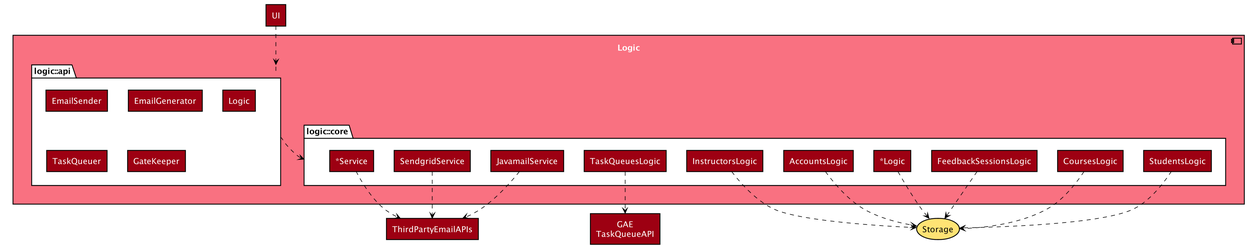
Before: docs/images/LogicComponent.png, a diagram exported from PlantUML (TEAMMATES/teammates). Its diagram source:
```plantuml
@startuml








skinparam BackgroundColor #FFFFFFF

skinparam Shadowing false

skinparam Class {
    FontColor #FFFFFF
    BorderThickness 1
    BorderColor #FFFFFF
    StereotypeFontColor #FFFFFF
    FontName Arial
}

skinparam Actor {
    BorderColor #000000
    Color #000000
    FontName Arial
}

skinparam Sequence {
    MessageAlign center
    BoxFontSize 15
    BoxPadding 0
    BoxFontColor #FFFFFF
    FontName Arial
}

skinparam Participant {
    FontColor #FFFFFFF
    Padding 20
}

skinparam MinClassWidth 50
skinparam ParticipantPadding 10
skinparam Shadowing false
skinparam DefaultTextAlignment center
skinparam packageStyle Rectangle

hide footbox
hide members
hide circle
skinparam componentBackgroundColor #F97181
skinparam componentFontColor #FFFFFF
skinparam packageBackgroundColor #FFFFFF
skinparam rectangleBackgroundColor #9D0012
skinparam rectangleFontColor #FFFFFF
skinparam arrowColor #000000

component Logic {
    package "logic::core" as Core {
        rectangle JavamailService
        rectangle SendgridService
        rectangle "*Service" as Service

        rectangle TaskQueuesLogic
        rectangle AccountsLogic
        rectangle InstructorsLogic
        rectangle StudentsLogic
        rectangle CoursesLogic
        rectangle FeedbackSessionsLogic
        rectangle "*Logic" as Logic1
    }

    package "logic::api" as Api {
        rectangle EmailSender
        rectangle EmailGenerator
        rectangle "Logic" as Logic2
        rectangle TaskQueuer
        rectangle GateKeeper
    }
}

rectangle ThirdPartyEmailAPIs
rectangle "GAE\nTaskQueueAPI" as GaeTaskQueueApi
rectangle UI
storage Storage #FFE374

JavamailService ..> ThirdPartyEmailAPIs
SendgridService ..> ThirdPartyEmailAPIs
Service ..> ThirdPartyEmailAPIs
TaskQueuesLogic ..> GaeTaskQueueApi
AccountsLogic ..> Storage
InstructorsLogic ..> Storage
StudentsLogic ..> Storage
CoursesLogic ..> Storage
FeedbackSessionsLogic ..> Storage
Logic1 ..> Storage

UI ..> Api
Api ..> Core

Api -[hidden]down- Core
Core -[hidden]up- Api

@enduml
```
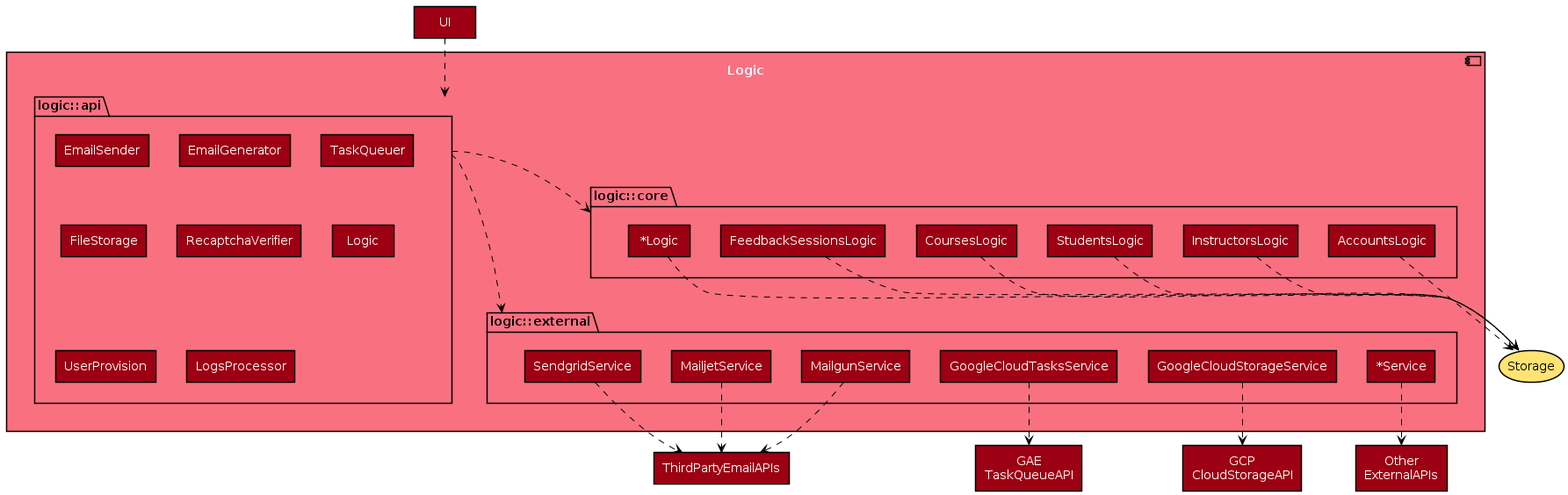
After the commit.

Commit message:
Update design diagram and documents

Diff of the diagram source:
```diff
@@ -1,92 +1,56 @@
 @startuml
-
-
-
-
-
-
-
-
-skinparam BackgroundColor #FFFFFFF
-
-skinparam Shadowing false
-
-skinparam Class {
-    FontColor #FFFFFF
-    BorderThickness 1
-    BorderColor #FFFFFF
-    StereotypeFontColor #FFFFFF
-    FontName Arial
-}
-
-skinparam Actor {
-    BorderColor #000000
-    Color #000000
-    FontName Arial
-}
-
-skinparam Sequence {
-    MessageAlign center
-    BoxFontSize 15
-    BoxPadding 0
-    BoxFontColor #FFFFFF
-    FontName Arial
-}
-
-skinparam Participant {
-    FontColor #FFFFFFF
-    Padding 20
-}
-
-skinparam MinClassWidth 50
-skinparam ParticipantPadding 10
-skinparam Shadowing false
-skinparam DefaultTextAlignment center
-skinparam packageStyle Rectangle
-
-hide footbox
-hide members
-hide circle
-skinparam componentBackgroundColor #F97181
+!include style.puml
+skinparam componentBackgroundColor MODEL_COLOR_T1
 skinparam componentFontColor #FFFFFF
 skinparam packageBackgroundColor #FFFFFF
-skinparam rectangleBackgroundColor #9D0012
+skinparam rectangleBackgroundColor MODEL_COLOR
 skinparam rectangleFontColor #FFFFFF
 skinparam arrowColor #000000
 
 component Logic {
-    package "logic::core" as Core {
-        rectangle JavamailService
-        rectangle SendgridService
-        rectangle "*Service" as Service
-
-        rectangle TaskQueuesLogic
+    folder "logic::core" as Core {
         rectangle AccountsLogic
         rectangle InstructorsLogic
         rectangle StudentsLogic
         rectangle CoursesLogic
         rectangle FeedbackSessionsLogic
-        rectangle "*Logic" as Logic1
+        rectangle "~*Logic" as Logic1
     }
 
-    package "logic::api" as Api {
+    folder "logic::external" as External {
+        rectangle MailgunService
+        rectangle MailjetService
+        rectangle SendgridService
+        rectangle GoogleCloudTasksService
+        rectangle GoogleCloudStorageService
+        rectangle "~*Service" as Service
+    }
+
+    folder "logic::api" as Api {
         rectangle EmailSender
         rectangle EmailGenerator
+        rectangle TaskQueuer
+        rectangle FileStorage
+        rectangle RecaptchaVerifier
         rectangle "Logic" as Logic2
-        rectangle TaskQueuer
-        rectangle GateKeeper
+        rectangle UserProvision
+        rectangle LogsProcessor
     }
 }
 
 rectangle ThirdPartyEmailAPIs
 rectangle "GAE\nTaskQueueAPI" as GaeTaskQueueApi
+rectangle "GCP\nCloudStorageAPI" as GcpCloudStorageApi
+rectangle "Other\nExternalAPIs" as OtherExternalApi
 rectangle UI
-storage Storage #FFE374
+storage Storage STORAGE_COLOR_T1
 
-JavamailService ..> ThirdPartyEmailAPIs
+MailgunService ..> ThirdPartyEmailAPIs
+MailjetService ..> ThirdPartyEmailAPIs
 SendgridService ..> ThirdPartyEmailAPIs
-Service ..> ThirdPartyEmailAPIs
-TaskQueuesLogic ..> GaeTaskQueueApi
+GoogleCloudTasksService ..> GaeTaskQueueApi
+GoogleCloudStorageService ..> GcpCloudStorageApi
+Service ..> OtherExternalApi
 AccountsLogic ..> Storage
 InstructorsLogic ..> Storage
 StudentsLogic ..> Storage
@@ -96,8 +60,13 @@
 
 UI ..> Api
 Api ..> Core
+Api ..> External
 
-Api -[hidden]down- Core
-Core -[hidden]up- Api
+Api -[hidden]right- Core
+Core -[hidden]left- Api
+Api -[hidden]right- External
+External -[hidden]left- Api
+Core -[hidden]down- External
+External -[hidden]up- Core
 
 @enduml
```
